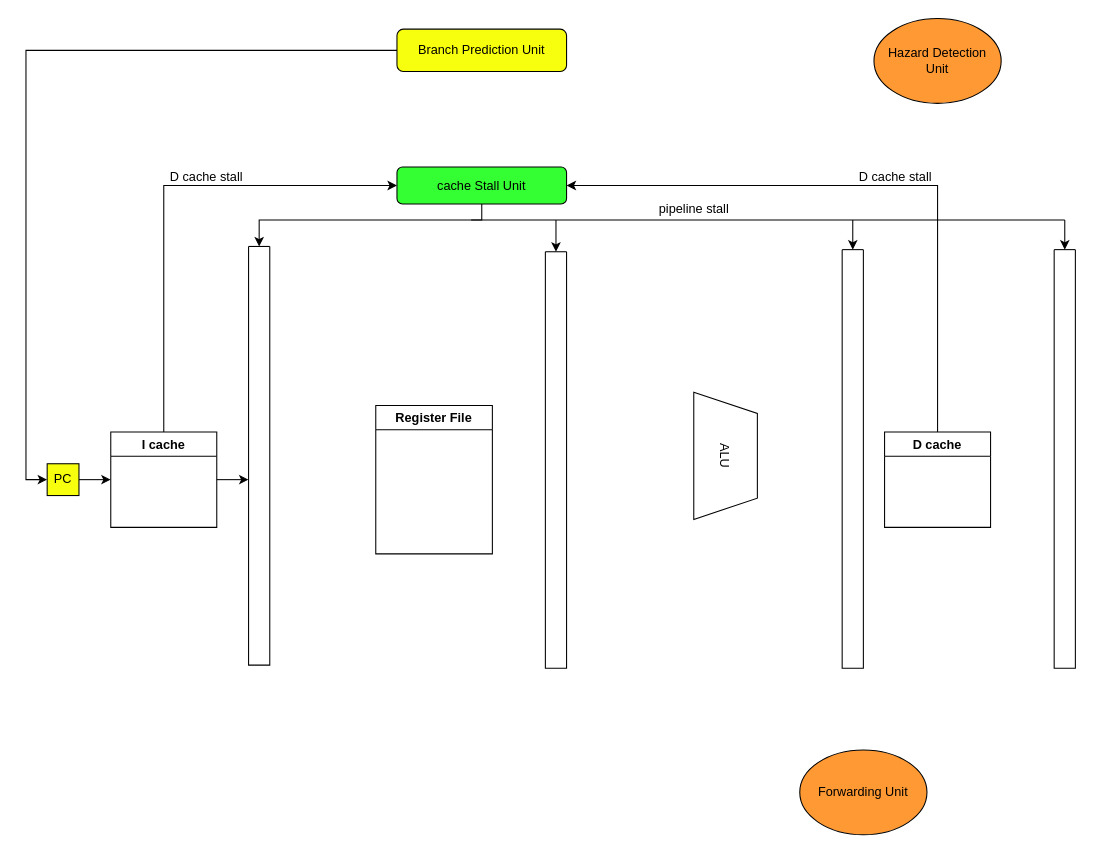
The draw.io diagram Untitled Diagram.drawio in JeterHwang/DSD, before the edit. Source tidied: cells renumbered, new cells numbered last; positions are measured from the earlier drawing's top-left corner, leaving out a move shared by most shapes. Both pictures are drawn from the tidied source at 106%, with x=0, y=0 at pixel (47, 18).
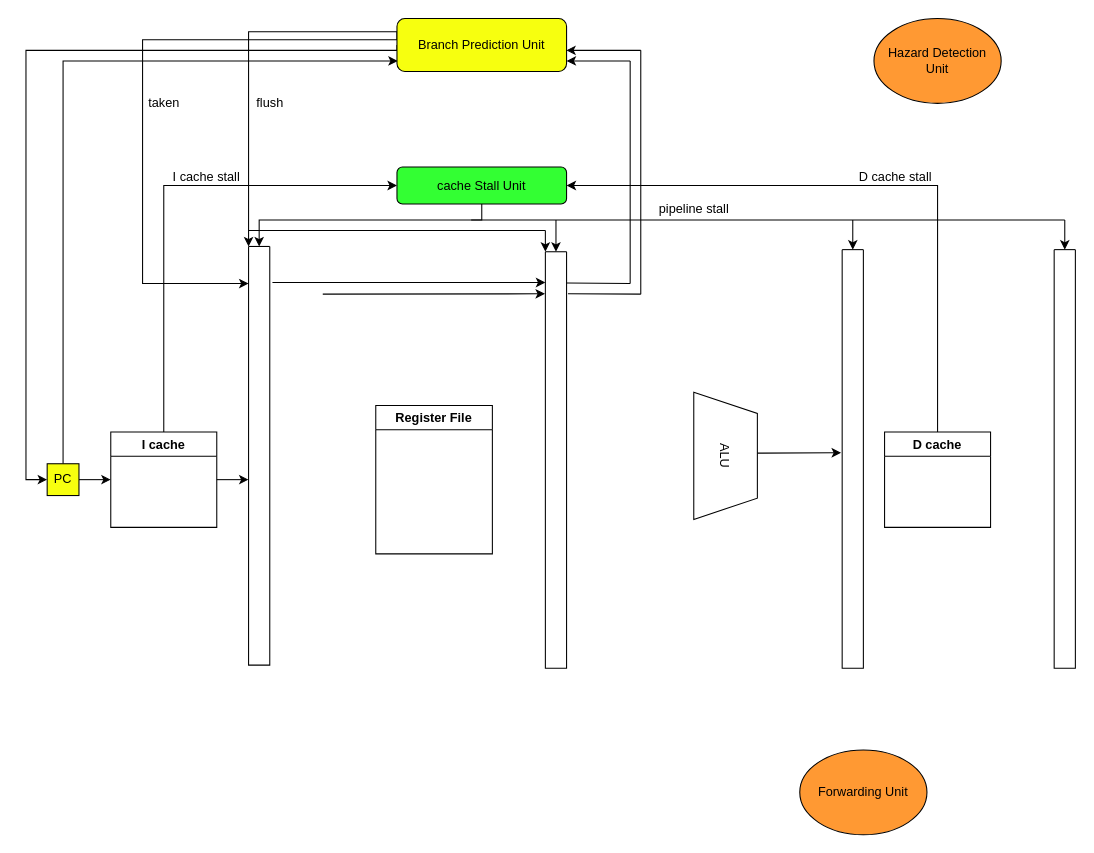
The same diagram, later.

Unchanged cells that the change refers to:
```xml
<mxCell id="2" style="swimlane;startSize=0;fillColor=#4262FF;glass=0;swimlaneLine=1;" parent="1" vertex="1">
  <mxGeometry x="190" y="215" width="20" height="395" as="geometry" />
</mxCell>
<mxCell id="3" style="swimlane;startSize=0;" parent="1" vertex="1">
  <mxGeometry x="470" y="220" width="20" height="393" as="geometry" />
</mxCell>
<mxCell id="4" style="swimlane;startSize=0;" parent="1" vertex="1">
  <mxGeometry x="750" y="218" width="20" height="395" as="geometry" />
</mxCell>
<mxCell id="10" value="PC" style="whiteSpace=wrap;html=1;glass=0;fillColor=#F7FF0F;" parent="1" vertex="1">
  <mxGeometry y="420" width="30" height="30" as="geometry" />
</mxCell>
```

The edit, as a diff of the source:
```diff
@@
+    <mxCell id="28" style="edgeStyle=orthogonalEdgeStyle;rounded=0;jettySize=auto;html=1;exitX=0.5;exitY=0;exitDx=0;exitDy=0;" parent="1" edge="1" source="10">
+      <mxGeometry relative="1" as="geometry">
+        <mxPoint x="330.8" y="40" as="targetPoint" />
+        <Array as="points">
+          <mxPoint x="15" y="40" />
+        </Array>
+      </mxGeometry>
+    </mxCell>
@@
     <mxCell id="11" style="edgeStyle=orthogonalEdgeStyle;rounded=0;jettySize=auto;html=1;exitX=0;exitY=0.5;exitDx=0;exitDy=0;entryX=0;entryY=0.5;entryDx=0;entryDy=0;" parent="1" edge="1" source="12" target="10">
-      <mxGeometry relative="1" as="geometry" />
+      <mxGeometry relative="1" as="geometry">
+        <Array as="points">
+          <mxPoint x="330" y="30" />
+          <mxPoint x="-20" y="30" />
+          <mxPoint x="-20" y="435" />
+        </Array>
+      </mxGeometry>
     </mxCell>
+    <mxCell id="29" style="edgeStyle=orthogonalEdgeStyle;rounded=0;jettySize=auto;html=1;exitX=0;exitY=0.25;exitDx=0;exitDy=0;" parent="1" edge="1" source="12">
+      <mxGeometry relative="1" as="geometry">
+        <mxPoint x="190" y="250" as="targetPoint" />
+        <Array as="points">
+          <mxPoint x="330" y="20" />
+          <mxPoint x="90" y="20" />
+        </Array>
+      </mxGeometry>
+    </mxCell>
+    <mxCell id="30" style="edgeStyle=orthogonalEdgeStyle;rounded=0;jettySize=auto;html=1;exitX=0;exitY=0.25;exitDx=0;exitDy=0;entryX=0;entryY=0;entryDx=0;entryDy=0;" parent="1" edge="1" source="12" target="2">
+      <mxGeometry relative="1" as="geometry" />
+    </mxCell>
     <mxCell id="12" value="Branch Prediction Unit" style="rounded=1;whiteSpace=wrap;html=1;glass=0;fillColor=#F7FF0F;" parent="1" vertex="1">
-      <mxGeometry x="330" y="10" width="160" height="40" as="geometry" />
+      <mxGeometry x="330" width="160" height="50" as="geometry" />
     </mxCell>
@@
-    <mxCell id="27" value="D cache stall" style="text;html=1;align=center;verticalAlign=middle;fillColor=none;strokeColor=none;rounded=0;glass=0;" parent="1" vertex="1">
+    <mxCell id="27" value="I cache stall" style="text;html=1;align=center;verticalAlign=middle;fillColor=none;strokeColor=none;rounded=0;glass=0;" parent="1" vertex="1">
       <mxGeometry x="110" y="140" width="80" height="20" as="geometry" />
     </mxCell>
+    <mxCell id="31" value="taken" style="text;html=1;align=center;verticalAlign=middle;fillColor=none;strokeColor=none;rounded=0;glass=0;" parent="1" vertex="1">
+      <mxGeometry x="90" y="70" width="40" height="20" as="geometry" />
+    </mxCell>
+    <mxCell id="32" style="endArrow=none;html=1;" parent="1" edge="1">
+      <mxGeometry relative="1" as="geometry">
+        <mxPoint x="190" y="200" as="sourcePoint" />
+        <mxPoint x="470" y="200" as="targetPoint" />
+      </mxGeometry>
+    </mxCell>
+    <mxCell id="33" style="endArrow=classic;html=1;" parent="1" edge="1">
+      <mxGeometry relative="1" as="geometry">
+        <mxPoint x="470" y="200" as="sourcePoint" />
+        <mxPoint x="470" y="220" as="targetPoint" />
+      </mxGeometry>
+    </mxCell>
+    <mxCell id="34" value="flush" style="text;html=1;align=center;verticalAlign=middle;fillColor=none;strokeColor=none;rounded=0;glass=0;" parent="1" vertex="1">
+      <mxGeometry x="190" y="70" width="40" height="20" as="geometry" />
+    </mxCell>
+    <mxCell id="35" style="endArrow=classic;html=1;exitX=1.126;exitY=0.086;exitDx=0;exitDy=0;exitPerimeter=0;" parent="1" edge="1" source="2">
+      <mxGeometry relative="1" as="geometry">
+        <mxPoint x="470" y="249" as="targetPoint" />
+      </mxGeometry>
+    </mxCell>
+    <mxCell id="36" style="endArrow=none;html=1;" parent="1" edge="1">
+      <mxGeometry relative="1" as="geometry">
+        <mxPoint x="550" y="250" as="sourcePoint" />
+        <mxPoint x="550" y="40" as="targetPoint" />
+      </mxGeometry>
+    </mxCell>
+    <mxCell id="37" style="endArrow=classic;html=1;entryX=1;entryY=0.8;entryDx=0;entryDy=0;entryPerimeter=0;" parent="1" edge="1" target="12">
+      <mxGeometry relative="1" as="geometry">
+        <mxPoint x="550" y="40" as="sourcePoint" />
+      </mxGeometry>
+    </mxCell>
+    <mxCell id="38" style="endArrow=none;html=1;exitX=1.019;exitY=0.075;exitDx=0;exitDy=0;exitPerimeter=0;" parent="1" edge="1" source="3">
+      <mxGeometry relative="1" as="geometry">
+        <mxPoint x="550" y="250" as="targetPoint" />
+      </mxGeometry>
+    </mxCell>
+    <mxCell id="39" style="endArrow=classic;html=1;entryX=-0.052;entryY=0.485;entryDx=0;entryDy=0;entryPerimeter=0;" parent="1" edge="1" target="4">
+      <mxGeometry relative="1" as="geometry">
+        <mxPoint x="670" y="410" as="sourcePoint" />
+      </mxGeometry>
+    </mxCell>
+    <mxCell id="40" style="endArrow=classic;html=1;entryX=-0.017;entryY=0.101;entryDx=0;entryDy=0;entryPerimeter=0;" parent="1" edge="1" target="3">
+      <mxGeometry relative="1" as="geometry">
+        <mxPoint x="260" y="260" as="sourcePoint" />
+      </mxGeometry>
+    </mxCell>
+    <mxCell id="41" style="endArrow=none;html=1;exitX=1.066;exitY=0.101;exitDx=0;exitDy=0;exitPerimeter=0;" parent="1" edge="1" source="3">
+      <mxGeometry relative="1" as="geometry">
+        <mxPoint x="560" y="260" as="targetPoint" />
+      </mxGeometry>
+    </mxCell>
+    <mxCell id="42" style="endArrow=none;html=1;" parent="1" edge="1">
+      <mxGeometry relative="1" as="geometry">
+        <mxPoint x="560" y="260" as="sourcePoint" />
+        <mxPoint x="560" y="30" as="targetPoint" />
+      </mxGeometry>
+    </mxCell>
+    <mxCell id="43" style="endArrow=classic;html=1;entryX=0.998;entryY=0.6;entryDx=0;entryDy=0;entryPerimeter=0;" parent="1" edge="1" target="12">
+      <mxGeometry relative="1" as="geometry">
+        <mxPoint x="560" y="30" as="sourcePoint" />
+      </mxGeometry>
+    </mxCell>
```
